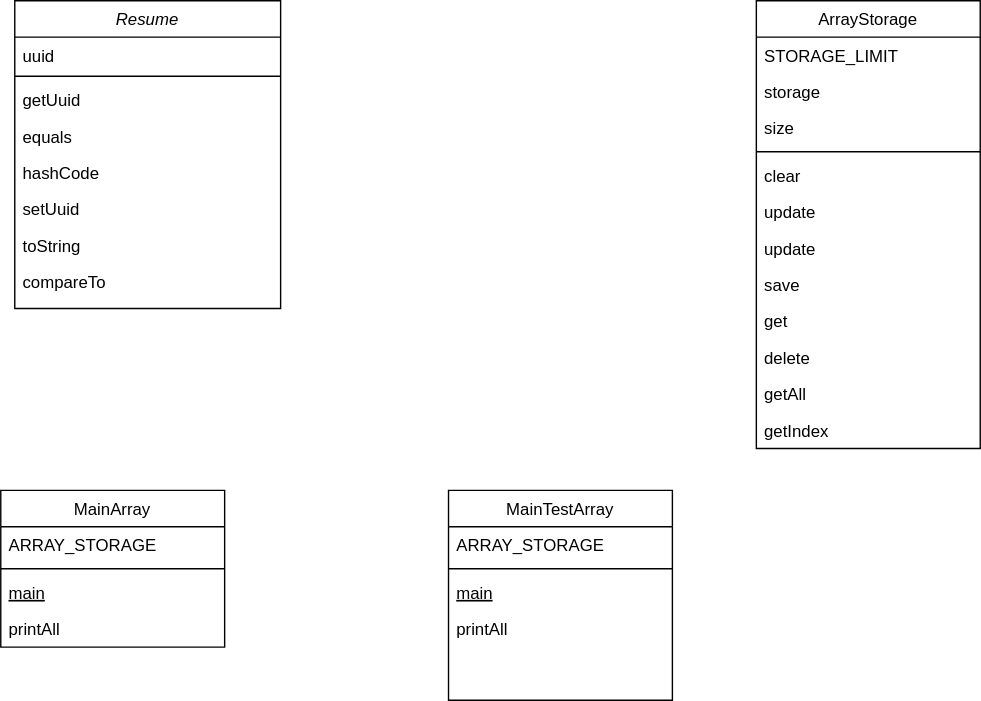
Above: Диаграмма без названия.drawio.svg in darken321/diagrams (draw.io), before the change. Source tidied: cells renumbered, new cells last; positions are measured from the earlier drawing's top-left corner, leaving out a move shared by most shapes.
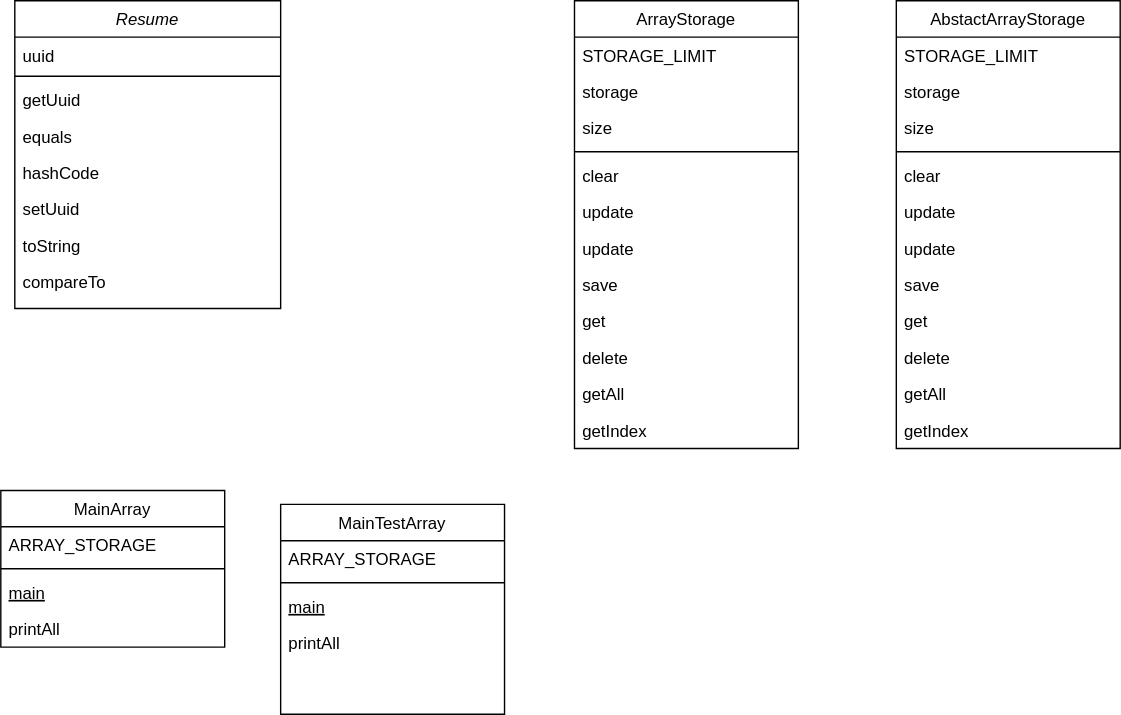
After the commit.

What changed in the source:
```diff
@@ -45,7 +45,7 @@
       <mxGeometry y="86" width="160" height="26" as="geometry" />
     </mxCell>
     <mxCell id="16" value="MainTestArray" style="swimlane;fontStyle=0;align=center;verticalAlign=top;horizontal=1;startSize=26;rounded=0;shadow=0;strokeWidth=1;" parent="1" vertex="1">
-      <mxGeometry x="320" y="350" width="160" height="150" as="geometry" />
+      <mxGeometry x="200" y="360" width="160" height="150" as="geometry" />
     </mxCell>
     <mxCell id="17" value="ARRAY_STORAGE" style="text;align=left;verticalAlign=top;spacingLeft=4;spacingRight=4;overflow=hidden;" parent="16" vertex="1">
       <mxGeometry y="26" width="160" height="26" as="geometry" />
@@ -60,7 +60,7 @@
       <mxGeometry y="86" width="160" height="26" as="geometry" />
     </mxCell>
     <mxCell id="21" value="ArrayStorage" style="swimlane;fontStyle=0;align=center;verticalAlign=top;horizontal=1;startSize=26;rounded=0;shadow=0;strokeWidth=1;" parent="1" vertex="1">
-      <mxGeometry x="540" width="160" height="320" as="geometry" />
+      <mxGeometry x="410" width="160" height="320" as="geometry" />
     </mxCell>
     <mxCell id="22" value="STORAGE_LIMIT" style="text;align=left;verticalAlign=top;spacingLeft=4;spacingRight=4;overflow=hidden;" parent="21" vertex="1">
       <mxGeometry y="26" width="160" height="26" as="geometry" />
@@ -98,5 +98,44 @@
     <mxCell id="33" value="getIndex" style="text;align=left;verticalAlign=top;spacingLeft=4;spacingRight=4;overflow=hidden;" parent="21" vertex="1">
       <mxGeometry y="294" width="160" height="26" as="geometry" />
     </mxCell>
+    <mxCell id="34" value="AbstactArrayStorage" style="swimlane;fontStyle=0;align=center;verticalAlign=top;horizontal=1;startSize=26;rounded=0;shadow=0;strokeWidth=1;" parent="1" vertex="1">
+      <mxGeometry x="640" width="160" height="320" as="geometry" />
+    </mxCell>
+    <mxCell id="35" value="STORAGE_LIMIT" style="text;align=left;verticalAlign=top;spacingLeft=4;spacingRight=4;overflow=hidden;" parent="34" vertex="1">
+      <mxGeometry y="26" width="160" height="26" as="geometry" />
+    </mxCell>
+    <mxCell id="36" value="storage" style="text;align=left;verticalAlign=top;spacingLeft=4;spacingRight=4;overflow=hidden;rounded=0;shadow=0;html=0;" parent="34" vertex="1">
+      <mxGeometry y="52" width="160" height="26" as="geometry" />
+    </mxCell>
+    <mxCell id="37" value="size" style="text;align=left;verticalAlign=top;spacingLeft=4;spacingRight=4;overflow=hidden;rounded=0;shadow=0;html=0;" parent="34" vertex="1">
+      <mxGeometry y="78" width="160" height="26" as="geometry" />
+    </mxCell>
+    <mxCell id="38" style="line;html=1;strokeWidth=1;align=left;verticalAlign=middle;spacingTop=-1;spacingLeft=3;spacingRight=3;labelPosition=right;" parent="34" vertex="1">
+      <mxGeometry y="104" width="160" height="8" as="geometry" />
+    </mxCell>
+    <mxCell id="39" value="clear" style="text;align=left;verticalAlign=top;spacingLeft=4;spacingRight=4;overflow=hidden;" parent="34" vertex="1">
+      <mxGeometry y="112" width="160" height="26" as="geometry" />
+    </mxCell>
+    <mxCell id="40" value="update" style="text;align=left;verticalAlign=top;spacingLeft=4;spacingRight=4;overflow=hidden;" parent="34" vertex="1">
+      <mxGeometry y="138" width="160" height="26" as="geometry" />
+    </mxCell>
+    <mxCell id="41" value="update" style="text;align=left;verticalAlign=top;spacingLeft=4;spacingRight=4;overflow=hidden;" parent="34" vertex="1">
+      <mxGeometry y="164" width="160" height="26" as="geometry" />
+    </mxCell>
+    <mxCell id="42" value="save" style="text;align=left;verticalAlign=top;spacingLeft=4;spacingRight=4;overflow=hidden;" parent="34" vertex="1">
+      <mxGeometry y="190" width="160" height="26" as="geometry" />
+    </mxCell>
+    <mxCell id="43" value="get" style="text;align=left;verticalAlign=top;spacingLeft=4;spacingRight=4;overflow=hidden;" parent="34" vertex="1">
+      <mxGeometry y="216" width="160" height="26" as="geometry" />
+    </mxCell>
+    <mxCell id="44" value="delete" style="text;align=left;verticalAlign=top;spacingLeft=4;spacingRight=4;overflow=hidden;" parent="34" vertex="1">
+      <mxGeometry y="242" width="160" height="26" as="geometry" />
+    </mxCell>
+    <mxCell id="45" value="getAll" style="text;align=left;verticalAlign=top;spacingLeft=4;spacingRight=4;overflow=hidden;" parent="34" vertex="1">
+      <mxGeometry y="268" width="160" height="26" as="geometry" />
+    </mxCell>
+    <mxCell id="46" value="getIndex" style="text;align=left;verticalAlign=top;spacingLeft=4;spacingRight=4;overflow=hidden;" parent="34" vertex="1">
+      <mxGeometry y="294" width="160" height="26" as="geometry" />
+    </mxCell>
   </root>
 </mxGraphModel>
```
